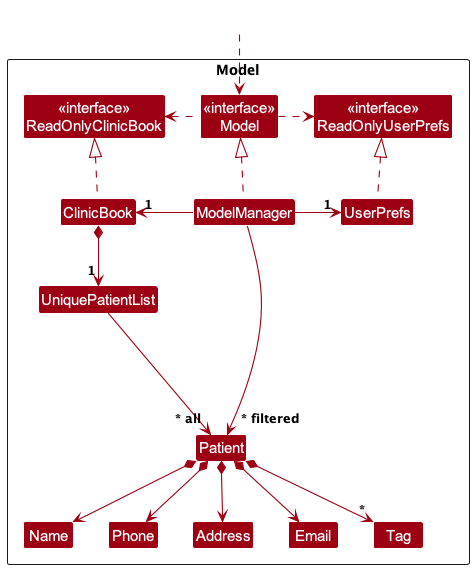
pangyyen/tp keeps this PlantUML diagram as docs/images/ModelClassDiagram.png. Above is the earlier version. Its diagram source:
```plantuml
@startuml
!include style.puml
skinparam arrowThickness 1.1
skinparam arrowColor MODEL_COLOR
skinparam classBackgroundColor MODEL_COLOR

Package Model as ModelPackage <<Rectangle>>{
Class "<<interface>>\nReadOnlyClinicBook" as ReadOnlyClinicBook
Class "<<interface>>\nReadOnlyUserPrefs" as ReadOnlyUserPrefs
Class "<<interface>>\nModel" as Model
Class ClinicBook
Class ModelManager
Class UserPrefs

Class UniquePatientList
Class Patient
Class Address
Class Email
Class Name
Class Phone
Class Tag

Class I #FFFFFF
}

Class HiddenOutside #FFFFFF
HiddenOutside ..> Model

ClinicBook .up.|> ReadOnlyClinicBook

ModelManager .up.|> Model
Model .right.> ReadOnlyUserPrefs
Model .left.> ReadOnlyClinicBook
ModelManager -left-> "1" ClinicBook
ModelManager -right-> "1" UserPrefs
UserPrefs .up.|> ReadOnlyUserPrefs

ClinicBook *--> "1" UniquePatientList
UniquePatientList --> "~* all" Patient
Patient *--> Name
Patient *--> Phone
Patient *--> Email
Patient *--> Address
Patient *--> "*" Tag

Patient -[hidden]up--> I
UniquePatientList -[hidden]right-> I

Name -[hidden]right-> Phone
Phone -[hidden]right-> Address
Address -[hidden]right-> Email

ModelManager --> "~* filtered" Patient
@enduml
```
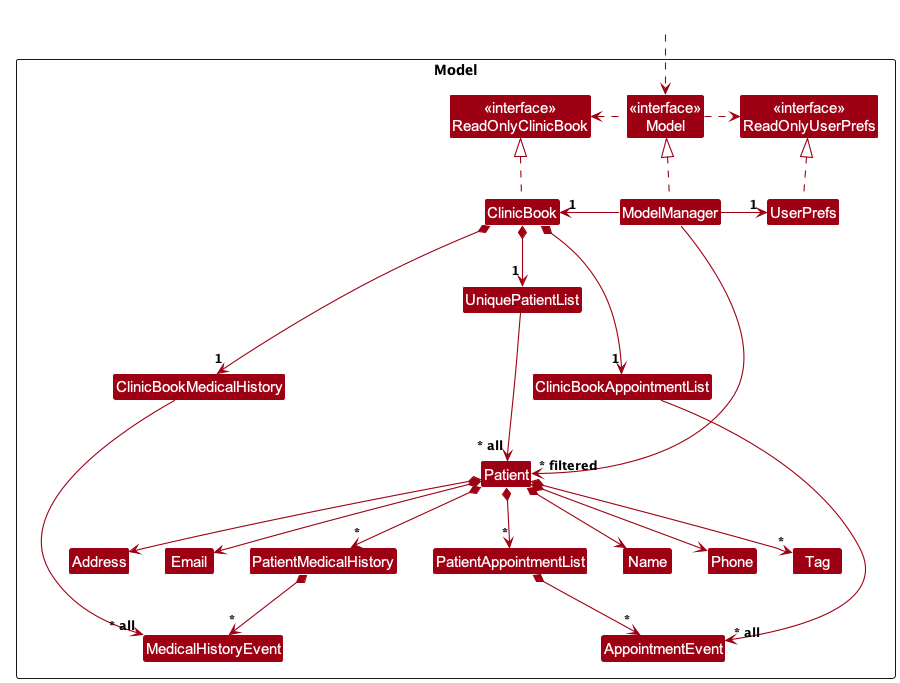
The same diagram one commit later.

Commit message:
Update Class Diagram Model

Diff of the diagram source:
```diff
@@ -20,6 +20,14 @@
 Class Phone
 Class Tag
 
+Class ClinicBookMedicalHistory
+Class MedicalHistoryEvent
+Class PatientMedicalHistory
+
+Class ClinicBookAppointmentList
+Class AppointmentEvent
+Class PatientAppointmentList
+
 Class I #FFFFFF
 }
 
@@ -36,12 +44,23 @@
 UserPrefs .up.|> ReadOnlyUserPrefs
 
 ClinicBook *--> "1" UniquePatientList
+ClinicBook *--> "1" ClinicBookMedicalHistory
+ClinicBook *--> "1" ClinicBookAppointmentList
 UniquePatientList --> "~* all" Patient
+ClinicBookMedicalHistory --> "~* all" MedicalHistoryEvent
+ClinicBookAppointmentList --> "~* all" AppointmentEvent
+
 Patient *--> Name
 Patient *--> Phone
 Patient *--> Email
 Patient *--> Address
 Patient *--> "*" Tag
+Patient *--> "*" PatientAppointmentList
+Patient *--> "*" PatientMedicalHistory
+
+PatientAppointmentList *--> "*" AppointmentEvent
+PatientMedicalHistory *--> "*" MedicalHistoryEvent
+
 
 Patient -[hidden]up--> I
 UniquePatientList -[hidden]right-> I
```
